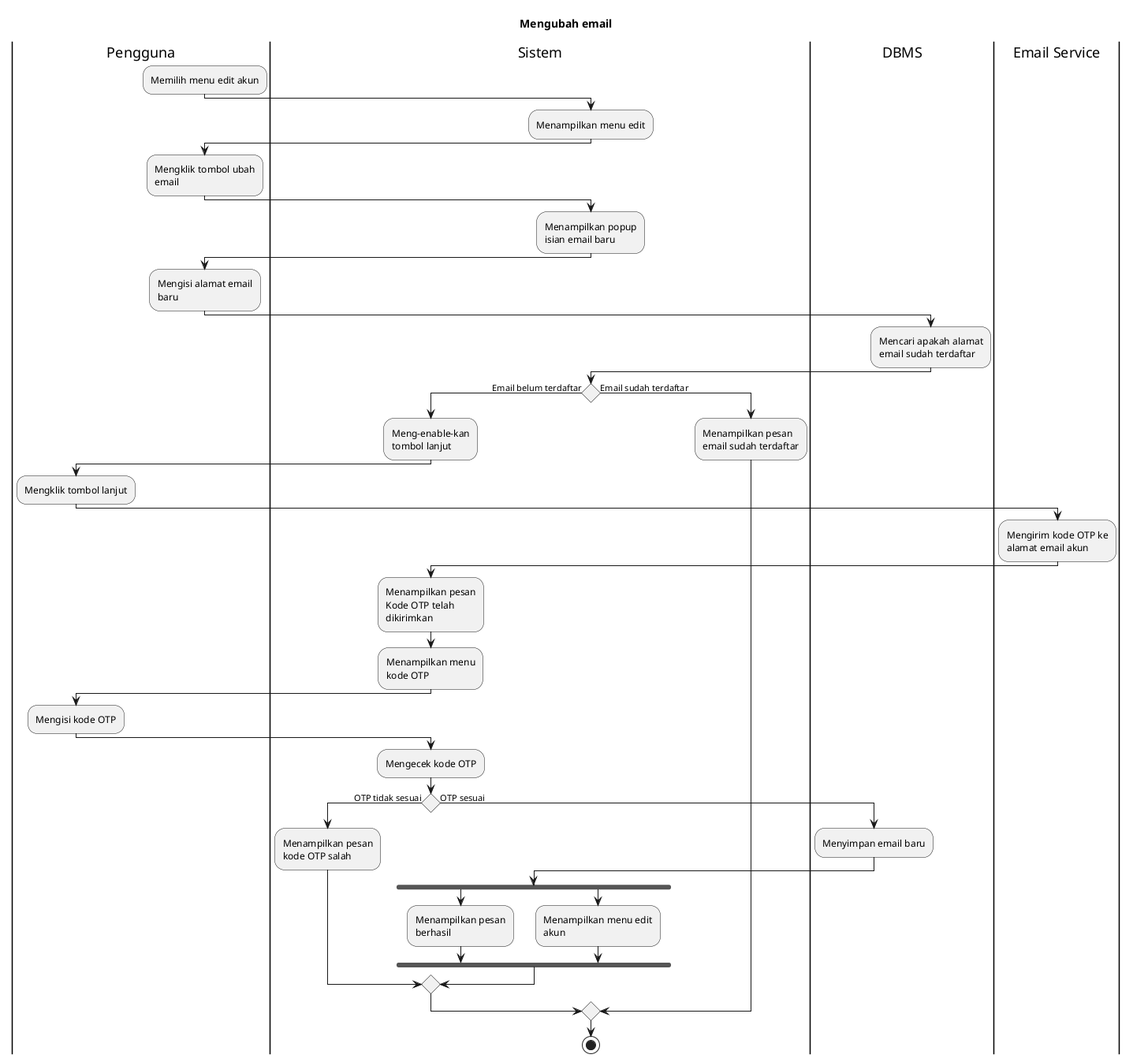
Before: export/Activity Diagrams/UC-MGACCOUNT - Manajemen Akun/UC-MGACCOUNT-002 - Mengubah email.png, a diagram exported from PlantUML (bagusNA/appl-diagrams).
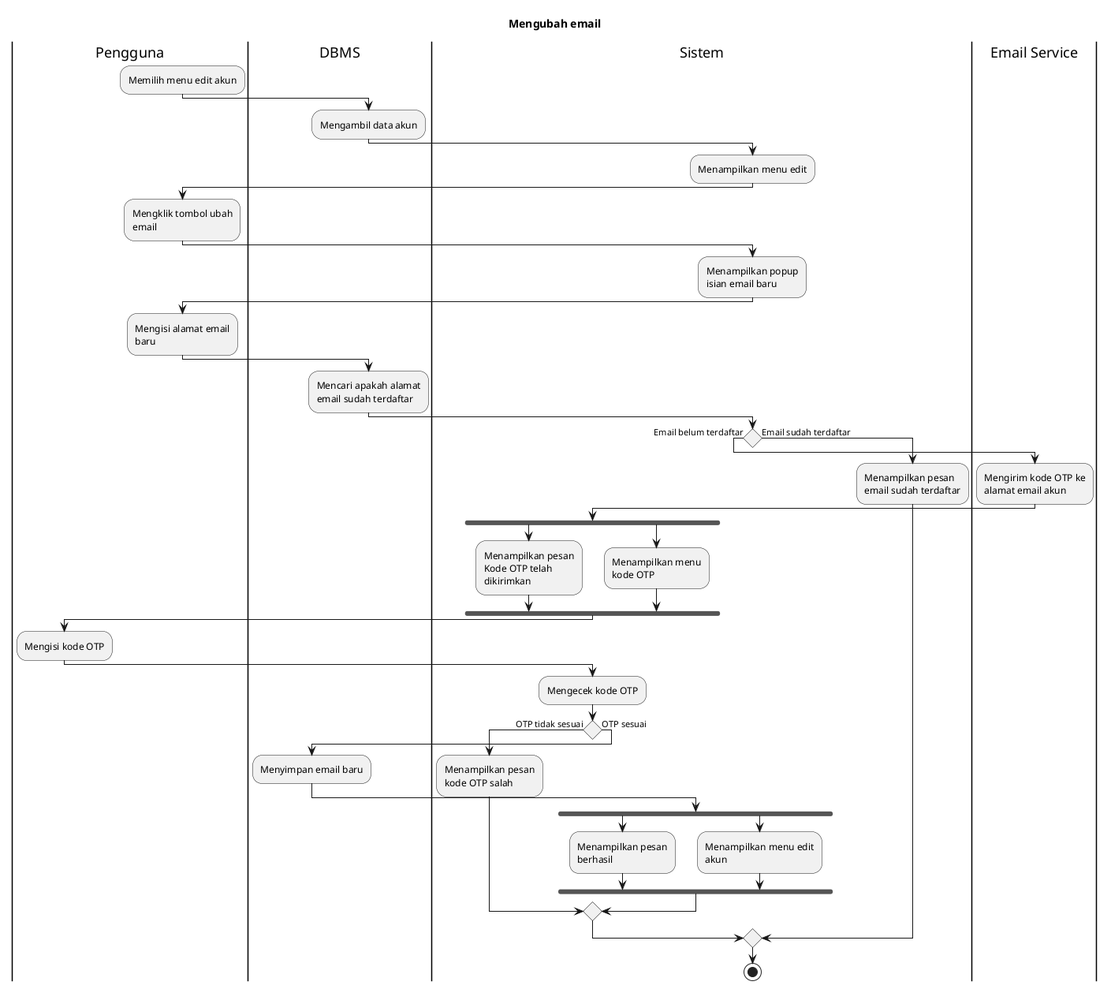
The same diagram one commit later.

The edit, as a diff of the source:
```diff
@@ -4,6 +4,9 @@
 title Mengubah email
 |Pengguna|
 :Memilih menu edit akun;
+
+|DBMS|
+:Mengambil data akun;
 
 |Sistem|
 :Menampilkan menu edit;
@@ -22,17 +25,15 @@
 
 |Sistem|
 if () then (Email belum terdaftar)
-  :Meng-enable-kan tombol lanjut;
-
-  |Pengguna|
-  :Mengklik tombol lanjut;
-
   |Email Service|
   :Mengirim kode OTP ke alamat email akun;
 
   |Sistem|
-  :Menampilkan pesan Kode OTP telah dikirimkan;
-  :Menampilkan menu kode OTP;
+  fork
+    :Menampilkan pesan Kode OTP telah dikirimkan;
+  fork again
+    :Menampilkan menu kode OTP;
+  endfork
 
   |Pengguna|
   :Mengisi kode OTP;
```
